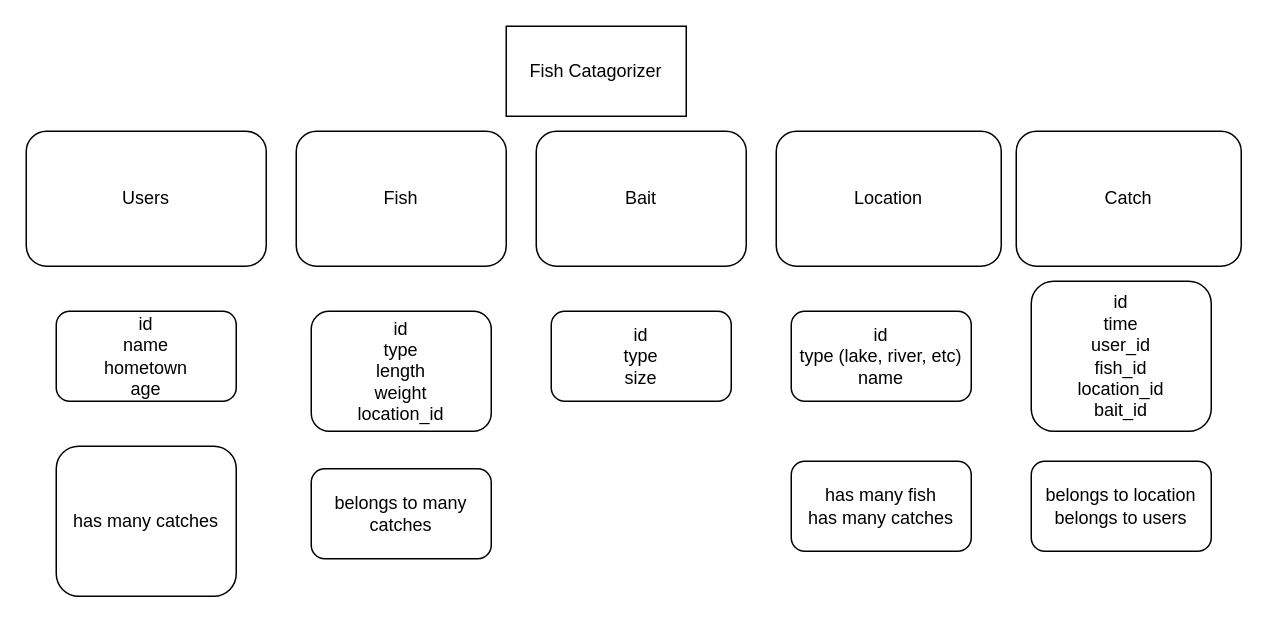
This is FishCatalogProjectOutline.drawio from ChrisBaum89/Sinatra_Portfolio_Project, a draw.io file, before an edit. Source tidied: cells renumbered, new cells numbered last; positions are measured from the earlier drawing's top-left corner, leaving out a move shared by most shapes. Both pictures are drawn from the tidied source at 150%, with x=0, y=0 at pixel (26, 26).
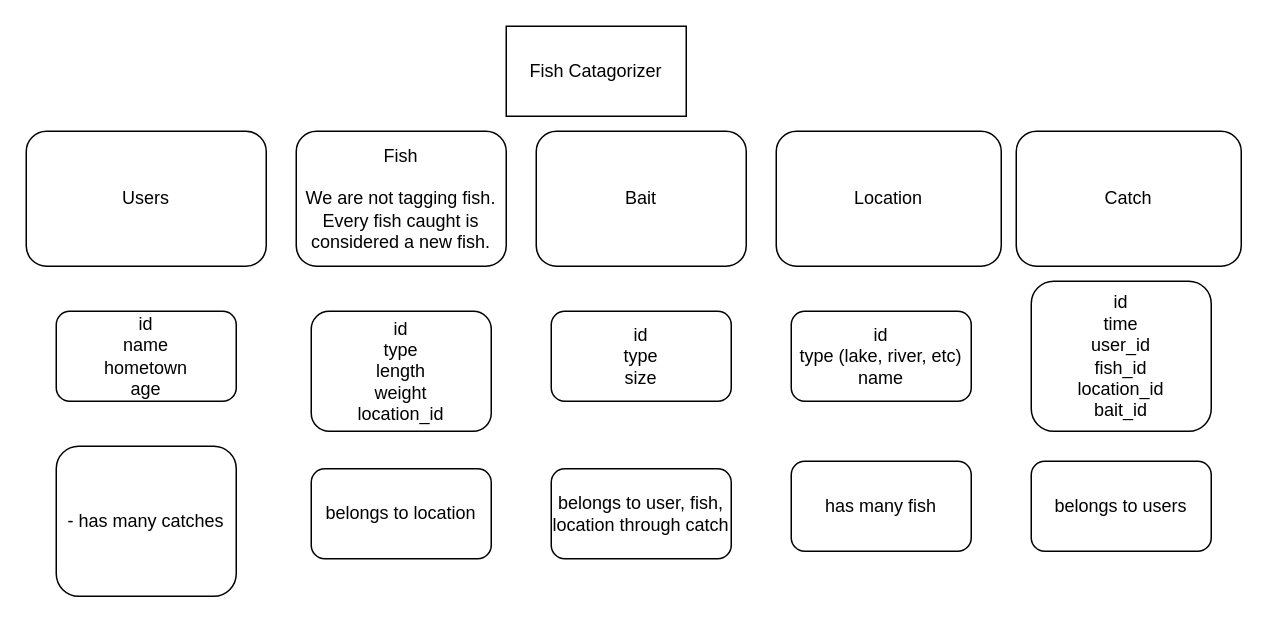
The same page after the edit.

Commit message (it also covers changes not shown here):
setting up relationships

The edit, as a diff of the source:
```diff
@@
 <mxGraphModel>
   <root>
     <mxCell id="0" />
     <mxCell id="1" parent="0" />
     <mxCell id="2" value="Fish Catagorizer" style="rounded=0;whiteSpace=wrap;html=1;" parent="1" vertex="1">
       <mxGeometry x="320" width="120" height="60" as="geometry" />
     </mxCell>
     <mxCell id="3" value="Users" style="rounded=1;whiteSpace=wrap;html=1;" parent="1" vertex="1">
       <mxGeometry y="70" width="160" height="90" as="geometry" />
     </mxCell>
-    <mxCell id="4" value="Fish" style="rounded=1;whiteSpace=wrap;html=1;" parent="1" vertex="1">
+    <mxCell id="4" value="Fish&lt;br&gt;&lt;br&gt;We are not tagging fish. Every fish caught is considered a new fish." style="rounded=1;whiteSpace=wrap;html=1;" parent="1" vertex="1">
       <mxGeometry x="180" y="70" width="140" height="90" as="geometry" />
     </mxCell>
     <mxCell id="5" value="Location" style="rounded=1;whiteSpace=wrap;html=1;" parent="1" vertex="1">
       <mxGeometry x="500" y="70" width="150" height="90" as="geometry" />
     </mxCell>
     <mxCell id="6" value="Bait" style="rounded=1;whiteSpace=wrap;html=1;" parent="1" vertex="1">
       <mxGeometry x="340" y="70" width="140" height="90" as="geometry" />
     </mxCell>
     <mxCell id="7" value="id&lt;br&gt;name&lt;br&gt;hometown&lt;br&gt;age" style="rounded=1;whiteSpace=wrap;html=1;" parent="1" vertex="1">
       <mxGeometry x="20" y="190" width="120" height="60" as="geometry" />
     </mxCell>
     <mxCell id="8" value="id&lt;br&gt;type&lt;br&gt;length&lt;br&gt;weight&lt;br&gt;location_id" style="rounded=1;whiteSpace=wrap;html=1;" parent="1" vertex="1">
       <mxGeometry x="190" y="190" width="120" height="80" as="geometry" />
     </mxCell>
     <mxCell id="9" value="id&lt;br&gt;type&lt;br&gt;size" style="rounded=1;whiteSpace=wrap;html=1;" parent="1" vertex="1">
       <mxGeometry x="350" y="190" width="120" height="60" as="geometry" />
     </mxCell>
     <mxCell id="10" value="id&lt;br&gt;type (lake, river, etc)&lt;br&gt;name" style="rounded=1;whiteSpace=wrap;html=1;" parent="1" vertex="1">
       <mxGeometry x="510" y="190" width="120" height="60" as="geometry" />
     </mxCell>
     <mxCell id="11" value="Catch" style="rounded=1;whiteSpace=wrap;html=1;" parent="1" vertex="1">
       <mxGeometry x="660" y="70" width="150" height="90" as="geometry" />
     </mxCell>
     <mxCell id="12" value="id&lt;br&gt;time&lt;br&gt;user_id&lt;br&gt;fish_id&lt;br&gt;location_id&lt;br&gt;bait_id" style="rounded=1;whiteSpace=wrap;html=1;" parent="1" vertex="1">
       <mxGeometry x="670" y="170" width="120" height="100" as="geometry" />
     </mxCell>
-    <mxCell id="13" value="has many catches" style="rounded=1;whiteSpace=wrap;html=1;" parent="1" vertex="1">
+    <mxCell id="13" value="- has many catches" style="rounded=1;whiteSpace=wrap;html=1;" parent="1" vertex="1">
       <mxGeometry x="20" y="280" width="120" height="100" as="geometry" />
     </mxCell>
-    <mxCell id="14" value="has many fish&lt;br&gt;has many catches" style="rounded=1;whiteSpace=wrap;html=1;" parent="1" vertex="1">
+    <mxCell id="14" value="has many fish" style="rounded=1;whiteSpace=wrap;html=1;" parent="1" vertex="1">
       <mxGeometry x="510" y="290" width="120" height="60" as="geometry" />
     </mxCell>
-    <mxCell id="15" value="belongs to location&lt;br&gt;belongs to users" style="rounded=1;whiteSpace=wrap;html=1;" parent="1" vertex="1">
+    <mxCell id="15" value="belongs to users" style="rounded=1;whiteSpace=wrap;html=1;" parent="1" vertex="1">
       <mxGeometry x="670" y="290" width="120" height="60" as="geometry" />
     </mxCell>
-    <mxCell id="16" value="belongs to many catches" style="rounded=1;whiteSpace=wrap;html=1;" parent="1" vertex="1">
+    <mxCell id="16" value="belongs to location" style="rounded=1;whiteSpace=wrap;html=1;" parent="1" vertex="1">
       <mxGeometry x="190" y="295" width="120" height="60" as="geometry" />
     </mxCell>
+    <mxCell id="17" value="belongs to user, fish, location through catch" style="rounded=1;whiteSpace=wrap;html=1;" parent="1" vertex="1">
+      <mxGeometry x="350" y="295" width="120" height="60" as="geometry" />
+    </mxCell>
   </root>
 </mxGraphModel>
```
